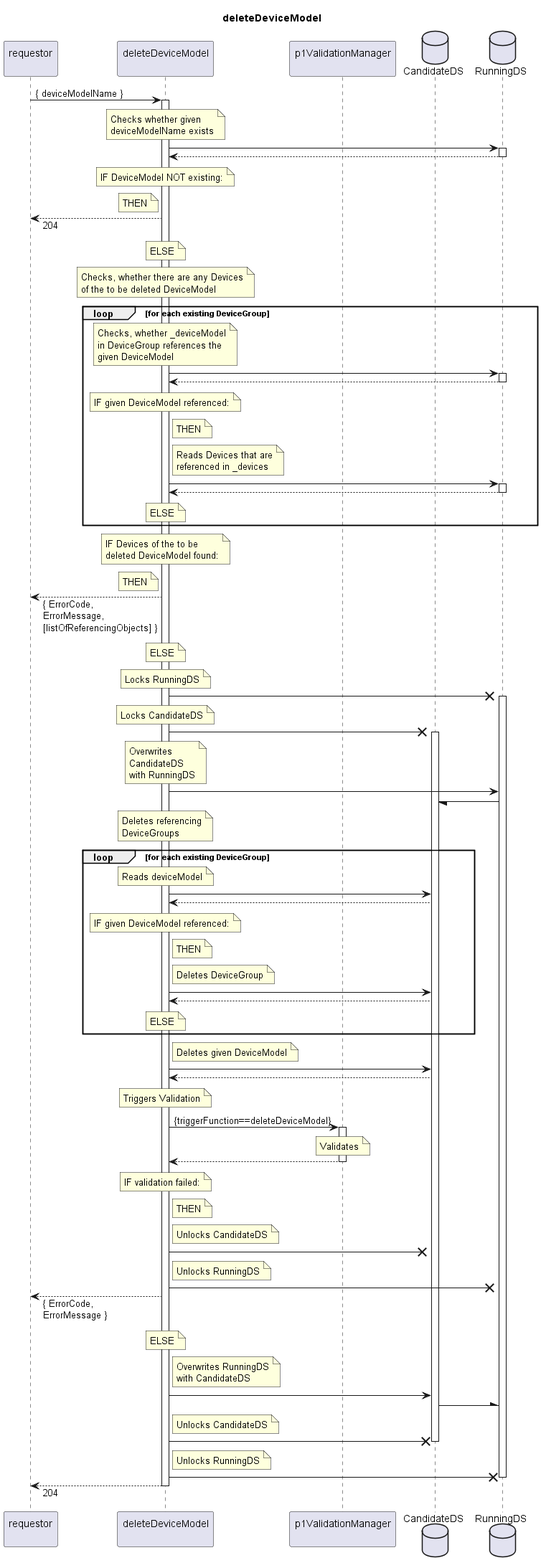
openBackhaul/FirmWareManager keeps this PlantUML diagram as spec/Services/deleteDeviceModel/1.0.0/deleteDeviceModel.png. Above is the earlier version.
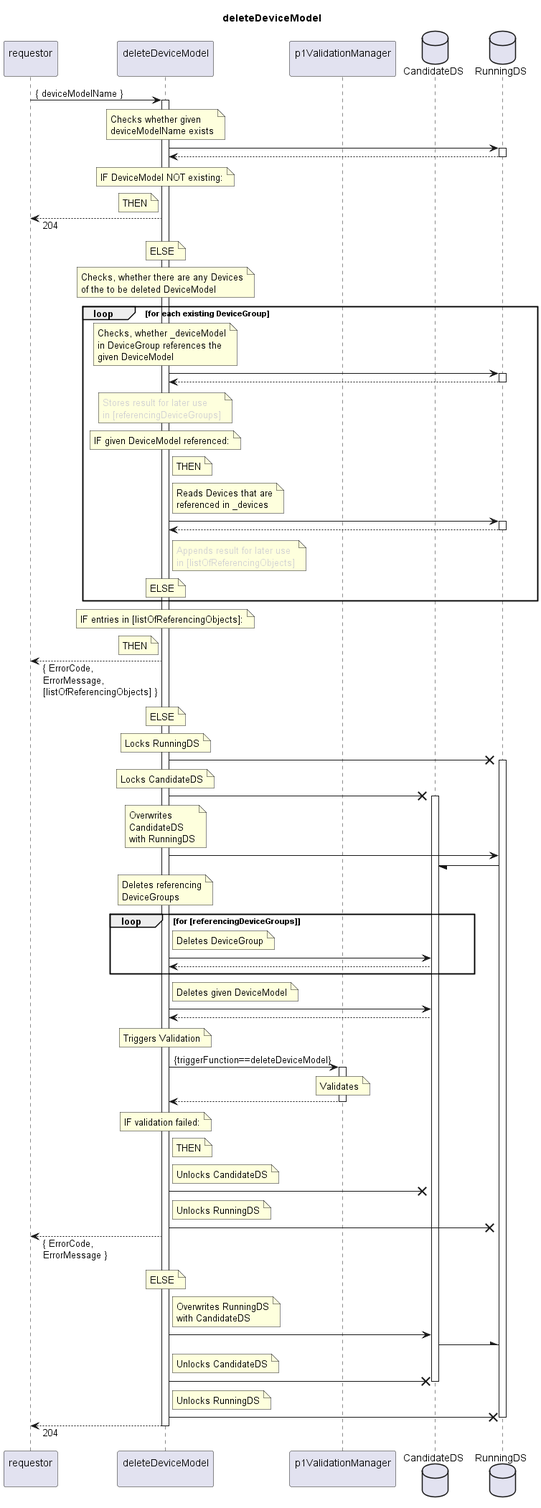
Later version of the same file.

What changed in the source:
```diff
@@ -48,6 +48,10 @@
     indServ <-- RunDS
     deactivate RunDS
     note over indServ
+      <color:LightGray>Stores result for later use</color>
+      <color:LightGray>in [referencingDeviceGroups]</color>
+    end note
+    note over indServ
       IF given DeviceModel referenced:
     end note
     note right indServ
@@ -61,13 +65,16 @@
       activate RunDS
       indServ <-- RunDS
       deactivate RunDS
+      note right indServ
+        <color:LightGray>Appends result for later use</color>
+        <color:LightGray>in [listOfReferencingObjects]</color>
+      end note
     note over indServ
       ELSE
     end note
   end loop
   note over indServ
-    IF Devices of the to be
-    deleted DeviceModel found:
+    IF entries in [listOfReferencingObjects]:
   end note
   note left indServ
     THEN
@@ -99,26 +106,12 @@
     Deletes referencing
     DeviceGroups
   end note
-  loop for each existing DeviceGroup
-    note over indServ
-      Reads deviceModel
-    end note
-    indServ -> CanDS
-    indServ <-- CanDS
-    note over indServ
-      IF given DeviceModel referenced:
-    end note
-    note right indServ
-      THEN
-    end note
+  loop for [referencingDeviceGroups]
     note right indServ
       Deletes DeviceGroup
     end note
     indServ -> CanDS
     indServ <-- CanDS
-    note over indServ
-      ELSE
-    end note
   end loop
 
   note right indServ
```
